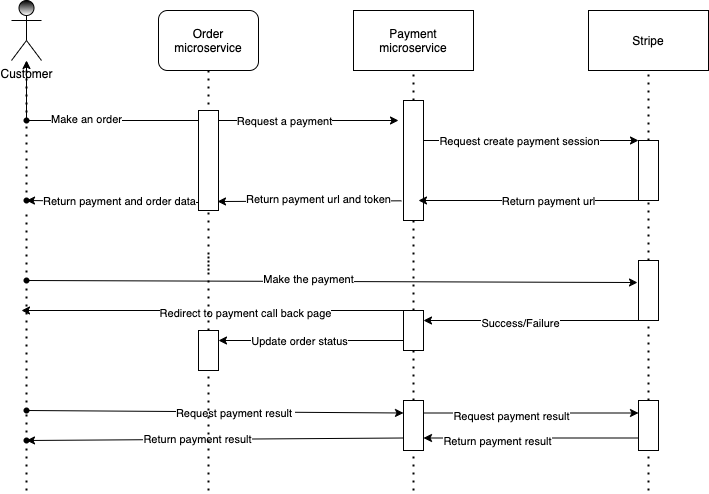
The draw.io diagram flow.drawio.png in ltlkong/stripe-payment, before a commit. Source tidied: cells renumbered, new cells last; positions are measured from the earlier drawing's top-left corner, leaving out a move shared by most shapes.
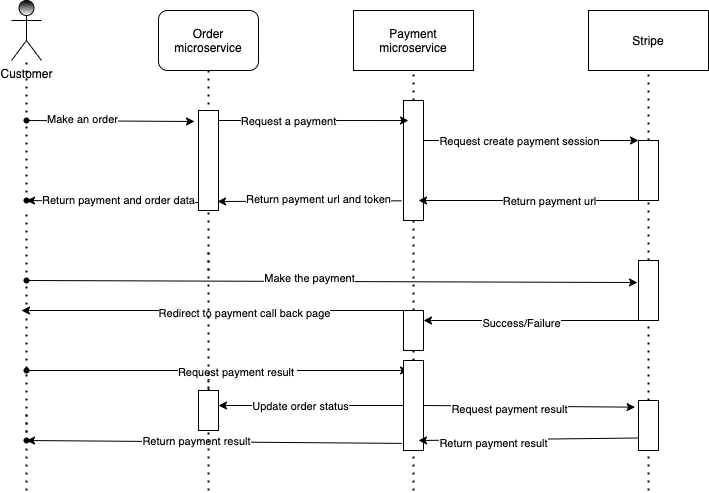
Later version of the same file.

Change to the diagram source:
```diff
@@ -42,10 +42,8 @@
     <mxCell id="13" style="endArrow=none;dashed=1;html=1;dashPattern=1 3;strokeWidth=2;entryX=0.5;entryY=1;entryDx=0;entryDy=0;startArrow=none;" parent="1" edge="1" source="17" target="6">
       <mxGeometry relative="1" as="geometry" />
     </mxCell>
-    <mxCell id="14" style="edgeStyle=none;html=1;startArrow=none;" parent="1" edge="1" source="17">
-      <mxGeometry relative="1" as="geometry">
-        <mxPoint x="392" y="120" as="targetPoint" />
-      </mxGeometry>
+    <mxCell id="14" style="edgeStyle=none;html=1;startArrow=none;entryX=0.25;entryY=0.167;entryDx=0;entryDy=0;entryPerimeter=0;" parent="1" edge="1" source="17" target="11">
+      <mxGeometry relative="1" as="geometry" />
     </mxCell>
     <mxCell id="15" value="Request a payment" style="edgeLabel;html=1;align=center;verticalAlign=middle;" parent="14" vertex="1">
       <mxGeometry x="-0.2" relative="1" as="geometry" />
@@ -84,7 +82,7 @@
     <mxCell id="24" style="endArrow=none;dashed=1;html=1;dashPattern=1 3;strokeWidth=2;startArrow=none;" parent="1" edge="1" source="28" target="23">
       <mxGeometry relative="1" as="geometry" />
     </mxCell>
-    <mxCell id="25" style="edgeStyle=none;html=1;entryX=0.475;entryY=0.65;entryDx=0;entryDy=0;entryPerimeter=0;" parent="1" edge="1" source="28" target="17">
+    <mxCell id="25" style="edgeStyle=none;html=1;entryX=-0.2;entryY=0.11;entryDx=0;entryDy=0;entryPerimeter=0;" parent="1" edge="1" source="28" target="67">
       <mxGeometry relative="1" as="geometry" />
     </mxCell>
     <mxCell id="26" value="Make an order" style="edgeLabel;html=1;align=center;verticalAlign=middle;" parent="25" vertex="1">
@@ -92,9 +90,6 @@
         <mxPoint x="-1" as="offset" />
       </mxGeometry>
     </mxCell>
-    <mxCell id="27" style="edgeStyle=none;html=1;" parent="1" edge="1" source="28" target="23">
-      <mxGeometry relative="1" as="geometry" />
-    </mxCell>
     <mxCell id="28" style="shape=waypoint;sketch=0;fillStyle=solid;size=6;points=[];fillColor=none;perimeter=centerPerimeter;snapToPoint=1;" parent="1" vertex="1">
       <mxGeometry y="100" width="40" height="40" as="geometry" />
     </mxCell>
@@ -112,7 +107,7 @@
     <mxCell id="32" style="shape=waypoint;sketch=0;fillStyle=solid;size=6;points=[];fillColor=none;perimeter=centerPerimeter;snapToPoint=1;" parent="1" vertex="1">
       <mxGeometry y="260" width="40" height="40" as="geometry" />
     </mxCell>
-    <mxCell id="33" style="endArrow=none;dashed=1;html=1;dashPattern=1 3;strokeWidth=2;entryX=0.475;entryY=0.35;entryDx=0;entryDy=0;entryPerimeter=0;startArrow=none;" parent="1" edge="1" source="49" target="32">
+    <mxCell id="33" style="endArrow=none;dashed=1;html=1;dashPattern=1 3;strokeWidth=2;entryX=0.475;entryY=0.35;entryDx=0;entryDy=0;entryPerimeter=0;startArrow=none;exitX=0.5;exitY=-0.071;exitDx=0;exitDy=0;exitPerimeter=0;" parent="1" edge="1" source="57" target="32">
       <mxGeometry relative="1" as="geometry" />
     </mxCell>
     <mxCell id="34" style="edgeStyle=none;html=1;exitX=0;exitY=1;exitDx=0;exitDy=0;entryX=1;entryY=0.25;entryDx=0;entryDy=0;" parent="1" edge="1" source="36" target="42">
@@ -127,8 +122,10 @@
     <mxCell id="37" style="endArrow=none;dashed=1;html=1;dashPattern=1 3;strokeWidth=2;entryX=0.5;entryY=1;entryDx=0;entryDy=0;startArrow=none;" parent="1" edge="1" source="61" target="36">
       <mxGeometry relative="1" as="geometry" />
     </mxCell>
-    <mxCell id="38" style="edgeStyle=none;html=1;exitX=0;exitY=0.75;exitDx=0;exitDy=0;entryX=1;entryY=0.25;entryDx=0;entryDy=0;" parent="1" edge="1" source="42" target="64">
-      <mxGeometry relative="1" as="geometry" />
+    <mxCell id="38" style="edgeStyle=none;html=1;exitX=0;exitY=0.5;exitDx=0;exitDy=0;" parent="1" edge="1" source="55">
+      <mxGeometry relative="1" as="geometry">
+        <mxPoint x="212" y="405" as="targetPoint" />
+      </mxGeometry>
     </mxCell>
     <mxCell id="39" value="Update order status" style="edgeLabel;html=1;align=center;verticalAlign=middle;" parent="38" vertex="1">
       <mxGeometry x="0.12" relative="1" as="geometry" />
@@ -162,8 +159,10 @@
         <mxPoint x="20" y="210" as="targetPoint" />
       </mxGeometry>
     </mxCell>
-    <mxCell id="47" style="edgeStyle=none;html=1;entryX=0;entryY=0.25;entryDx=0;entryDy=0;" parent="1" edge="1" source="49" target="55">
-      <mxGeometry relative="1" as="geometry" />
+    <mxCell id="47" style="edgeStyle=none;html=1;exitX=0.643;exitY=0.607;exitDx=0;exitDy=0;exitPerimeter=0;" parent="1" edge="1" source="49">
+      <mxGeometry relative="1" as="geometry">
+        <mxPoint x="402" y="370" as="targetPoint" />
+      </mxGeometry>
     </mxCell>
     <mxCell id="48" value="Request payment result&amp;nbsp;" style="edgeLabel;html=1;align=center;verticalAlign=middle;" parent="47" vertex="1">
       <mxGeometry x="-0.05" y="-1" relative="1" as="geometry">
@@ -171,14 +170,14 @@
       </mxGeometry>
     </mxCell>
     <mxCell id="49" style="shape=waypoint;sketch=0;fillStyle=solid;size=6;points=[];fillColor=none;perimeter=centerPerimeter;snapToPoint=1;" parent="1" vertex="1">
-      <mxGeometry y="390" width="40" height="40" as="geometry" />
+      <mxGeometry y="350" width="40" height="40" as="geometry" />
     </mxCell>
     <mxCell id="50" style="endArrow=none;dashed=1;html=1;dashPattern=1 3;strokeWidth=2;startArrow=none;" parent="1" edge="1" source="57">
       <mxGeometry relative="1" as="geometry">
         <mxPoint x="20" y="410" as="targetPoint" />
       </mxGeometry>
     </mxCell>
-    <mxCell id="51" style="edgeStyle=none;html=1;exitX=0;exitY=0.75;exitDx=0;exitDy=0;entryX=0.65;entryY=0.475;entryDx=0;entryDy=0;entryPerimeter=0;" parent="1" edge="1" source="55" target="57">
+    <mxCell id="51" style="edgeStyle=none;html=1;exitX=-0.088;exitY=0.921;exitDx=0;exitDy=0;entryX=0.65;entryY=0.475;entryDx=0;entryDy=0;entryPerimeter=0;exitPerimeter=0;" parent="1" edge="1" source="55" target="57">
       <mxGeometry relative="1" as="geometry" />
     </mxCell>
     <mxCell id="52" value="Return payment result" style="edgeLabel;html=1;align=center;verticalAlign=middle;" parent="51" vertex="1">
@@ -186,7 +185,7 @@
         <mxPoint x="27" as="offset" />
       </mxGeometry>
     </mxCell>
-    <mxCell id="53" style="edgeStyle=none;html=1;exitX=1;exitY=0.25;exitDx=0;exitDy=0;entryX=0;entryY=0.25;entryDx=0;entryDy=0;" parent="1" edge="1" source="55" target="61">
+    <mxCell id="53" style="edgeStyle=none;html=1;exitX=1;exitY=0.5;exitDx=0;exitDy=0;entryX=-0.171;entryY=0.133;entryDx=0;entryDy=0;entryPerimeter=0;" parent="1" edge="1" source="55" target="61">
       <mxGeometry relative="1" as="geometry" />
     </mxCell>
     <mxCell id="54" value="Request payment result" style="edgeLabel;html=1;align=center;verticalAlign=middle;" parent="53" vertex="1">
@@ -195,7 +194,7 @@
       </mxGeometry>
     </mxCell>
     <mxCell id="55" style="rounded=0;whiteSpace=wrap;html=1;" parent="1" vertex="1">
-      <mxGeometry x="397" y="400" width="20" height="50" as="geometry" />
+      <mxGeometry x="397" y="360" width="20" height="90" as="geometry" />
     </mxCell>
     <mxCell id="56" style="endArrow=none;dashed=1;html=1;dashPattern=1 3;strokeWidth=2;entryX=0.5;entryY=1;entryDx=0;entryDy=0;" parent="1" edge="1" target="55">
       <mxGeometry relative="1" as="geometry">
@@ -210,8 +209,10 @@
         <mxPoint x="20" y="490" as="sourcePoint" />
       </mxGeometry>
     </mxCell>
-    <mxCell id="59" style="edgeStyle=none;html=1;exitX=0;exitY=0.75;exitDx=0;exitDy=0;entryX=1;entryY=0.75;entryDx=0;entryDy=0;" parent="1" edge="1" source="61" target="55">
-      <mxGeometry relative="1" as="geometry" />
+    <mxCell id="59" style="edgeStyle=none;html=1;exitX=0;exitY=0.75;exitDx=0;exitDy=0;" parent="1" edge="1" source="61">
+      <mxGeometry relative="1" as="geometry">
+        <mxPoint x="412" y="440" as="targetPoint" />
+      </mxGeometry>
     </mxCell>
     <mxCell id="60" value="Return payment result" style="edgeLabel;html=1;align=center;verticalAlign=middle;" parent="59" vertex="1">
       <mxGeometry x="0.32" y="3" relative="1" as="geometry" />
@@ -224,15 +225,11 @@
         <mxPoint x="642" y="490" as="sourcePoint" />
       </mxGeometry>
     </mxCell>
-    <mxCell id="63" style="endArrow=none;dashed=1;html=1;dashPattern=1 3;strokeWidth=2;startArrow=none;" parent="1" edge="1">
+    <mxCell id="63" style="endArrow=none;dashed=1;html=1;dashPattern=1 3;strokeWidth=2;startArrow=none;" parent="1" edge="1" source="64">
       <mxGeometry relative="1" as="geometry">
-        <mxPoint x="202" y="490" as="sourcePoint" />
         <mxPoint x="202" y="250" as="targetPoint" />
       </mxGeometry>
     </mxCell>
-    <mxCell id="64" style="rounded=0;whiteSpace=wrap;html=1;" parent="1" vertex="1">
-      <mxGeometry x="192" y="330" width="20" height="40" as="geometry" />
-    </mxCell>
     <mxCell id="65" style="edgeStyle=none;html=1;exitX=0;exitY=0.92;exitDx=0;exitDy=0;exitPerimeter=0;entryX=0.375;entryY=0.625;entryDx=0;entryDy=0;entryPerimeter=0;" parent="1" edge="1" source="67" target="45">
       <mxGeometry relative="1" as="geometry" />
     </mxCell>
@@ -244,5 +241,13 @@
     <mxCell id="67" style="rounded=0;whiteSpace=wrap;html=1;" parent="1" vertex="1">
       <mxGeometry x="192" y="110" width="20" height="100" as="geometry" />
     </mxCell>
+    <mxCell id="64" style="rounded=0;whiteSpace=wrap;html=1;" parent="1" vertex="1">
+      <mxGeometry x="192" y="390" width="20" height="40" as="geometry" />
+    </mxCell>
+    <mxCell id="68" style="endArrow=none;dashed=1;html=1;dashPattern=1 3;strokeWidth=2;startArrow=none;" parent="1" edge="1" target="64">
+      <mxGeometry relative="1" as="geometry">
+        <mxPoint x="202" y="490" as="sourcePoint" />
+      </mxGeometry>
+    </mxCell>
   </root>
 </mxGraphModel>
```
